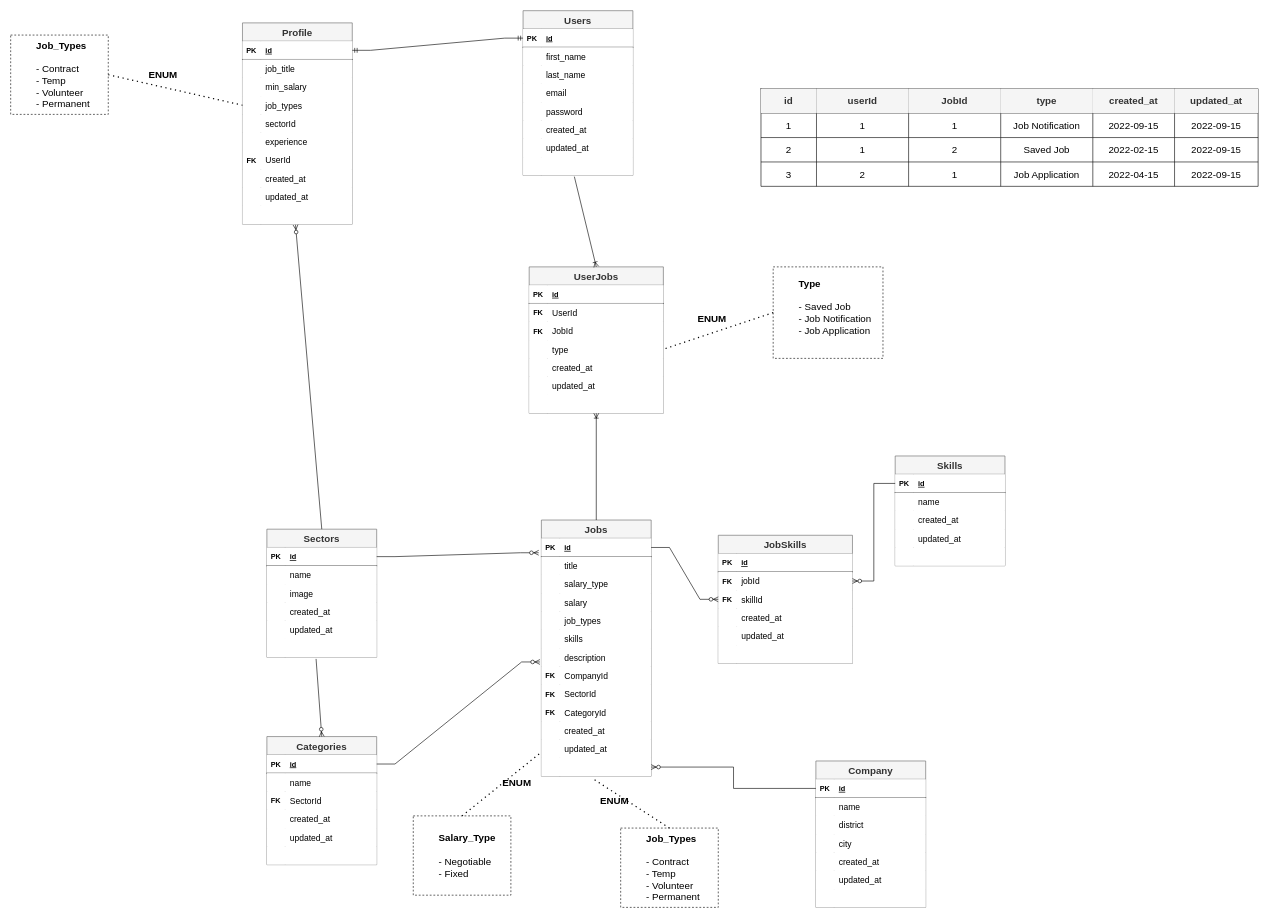
The draw.io diagram page "Final" (11 of 12) of JobPlus/Untitled Diagram.drawio in kingsley-ijomah/draw.io, before the edit. Source tidied: cells renumbered, new cells numbered last; positions are measured from the earlier drawing's top-left corner, leaving out a move shared by most shapes. Both pictures are drawn from the tidied source at 61%, with x=0, y=0 at pixel (10, 10).
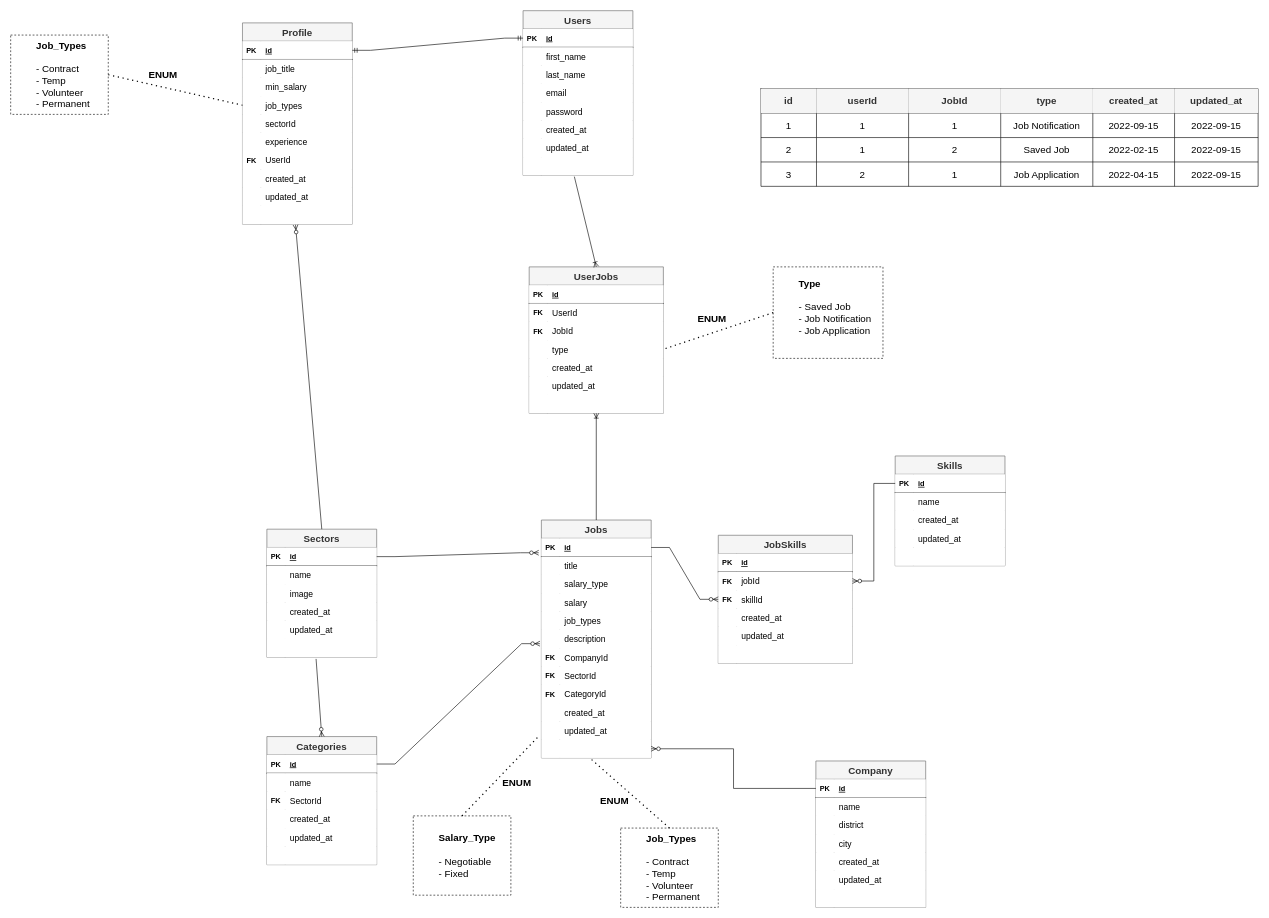
After the change.

The edit, as a diff of the source:
```diff
@@
     <mxCell id="68" value="Jobs" style="shape=table;startSize=30;childLayout=tableLayout;rowLines=0;fontStyle=1;align=center;labelBackgroundColor=none;labelBorderColor=none;fillColor=#f5f5f5;fontColor=#333333;strokeColor=#666666;gradientColor=none;fontSize=16;" parent="1" vertex="1">
-      <mxGeometry x="870" y="835" width="180" height="420" as="geometry" />
+      <mxGeometry x="870" y="835" width="180" height="390" as="geometry" />
     </mxCell>
@@
-    <mxCell id="84" style="shape=tableRow;horizontal=0;startSize=0;swimlaneHead=0;swimlaneBody=0;fillColor=default;top=0;left=0;right=0;bottom=0;labelBorderColor=none;" parent="68" vertex="1">
-      <mxGeometry y="180" width="180" height="30" as="geometry" />
-    </mxCell>
-    <mxCell id="85" style="shape=partialRectangle;fillColor=none;top=0;left=0;bottom=0;right=0;overflow=hidden;" parent="84" vertex="1">
-      <mxGeometry width="30" height="30" as="geometry" />
-    </mxCell>
-    <mxCell id="86" value="skills" style="shape=partialRectangle;fillColor=none;top=0;left=0;bottom=0;right=0;align=left;spacingLeft=6;overflow=hidden;fontSize=14;" parent="84" vertex="1">
-      <mxGeometry x="30" width="150" height="30" as="geometry" />
-    </mxCell>
     <mxCell id="87" style="shape=tableRow;horizontal=0;startSize=0;swimlaneHead=0;swimlaneBody=0;fillColor=default;points=[[0,0.5],[1,0.5]];portConstraint=eastwest;top=0;left=0;right=0;bottom=0;labelBorderColor=none;" parent="68" vertex="1">
-      <mxGeometry y="210" width="180" height="30" as="geometry" />
+      <mxGeometry y="180" width="180" height="30" as="geometry" />
     </mxCell>
@@
     <mxCell id="90" style="shape=tableRow;horizontal=0;startSize=0;swimlaneHead=0;swimlaneBody=0;fillColor=default;top=0;left=0;right=0;bottom=0;labelBorderColor=none;" parent="68" vertex="1">
-      <mxGeometry y="240" width="180" height="30" as="geometry" />
+      <mxGeometry y="210" width="180" height="30" as="geometry" />
     </mxCell>
@@
     <mxCell id="93" style="shape=tableRow;horizontal=0;startSize=0;swimlaneHead=0;swimlaneBody=0;fillColor=default;top=0;left=0;right=0;bottom=0;labelBorderColor=none;" parent="68" vertex="1">
-      <mxGeometry y="270" width="180" height="30" as="geometry" />
+      <mxGeometry y="240" width="180" height="30" as="geometry" />
     </mxCell>
@@
     <mxCell id="96" style="shape=tableRow;horizontal=0;startSize=0;swimlaneHead=0;swimlaneBody=0;fillColor=default;top=0;left=0;right=0;bottom=0;labelBorderColor=none;" parent="68" vertex="1">
-      <mxGeometry y="300" width="180" height="30" as="geometry" />
+      <mxGeometry y="270" width="180" height="30" as="geometry" />
     </mxCell>
@@
     <mxCell id="99" style="shape=tableRow;horizontal=0;startSize=0;swimlaneHead=0;swimlaneBody=0;fillColor=default;top=0;left=0;right=0;bottom=0;" parent="68" vertex="1">
-      <mxGeometry y="330" width="180" height="30" as="geometry" />
+      <mxGeometry y="300" width="180" height="30" as="geometry" />
     </mxCell>
@@
     <mxCell id="102" style="shape=tableRow;horizontal=0;startSize=0;swimlaneHead=0;swimlaneBody=0;fillColor=default;points=[[0,0.5],[1,0.5]];portConstraint=eastwest;top=0;left=0;right=0;bottom=0;" parent="68" vertex="1">
-      <mxGeometry y="360" width="180" height="30" as="geometry" />
+      <mxGeometry y="330" width="180" height="30" as="geometry" />
     </mxCell>
@@
     <mxCell id="105" style="shape=tableRow;horizontal=0;startSize=0;swimlaneHead=0;swimlaneBody=0;fillColor=default;points=[[0,0.5],[1,0.5]];portConstraint=eastwest;top=0;left=0;right=0;bottom=0;" parent="68" vertex="1">
-      <mxGeometry y="390" width="180" height="30" as="geometry" />
+      <mxGeometry y="360" width="180" height="30" as="geometry" />
     </mxCell>
```
